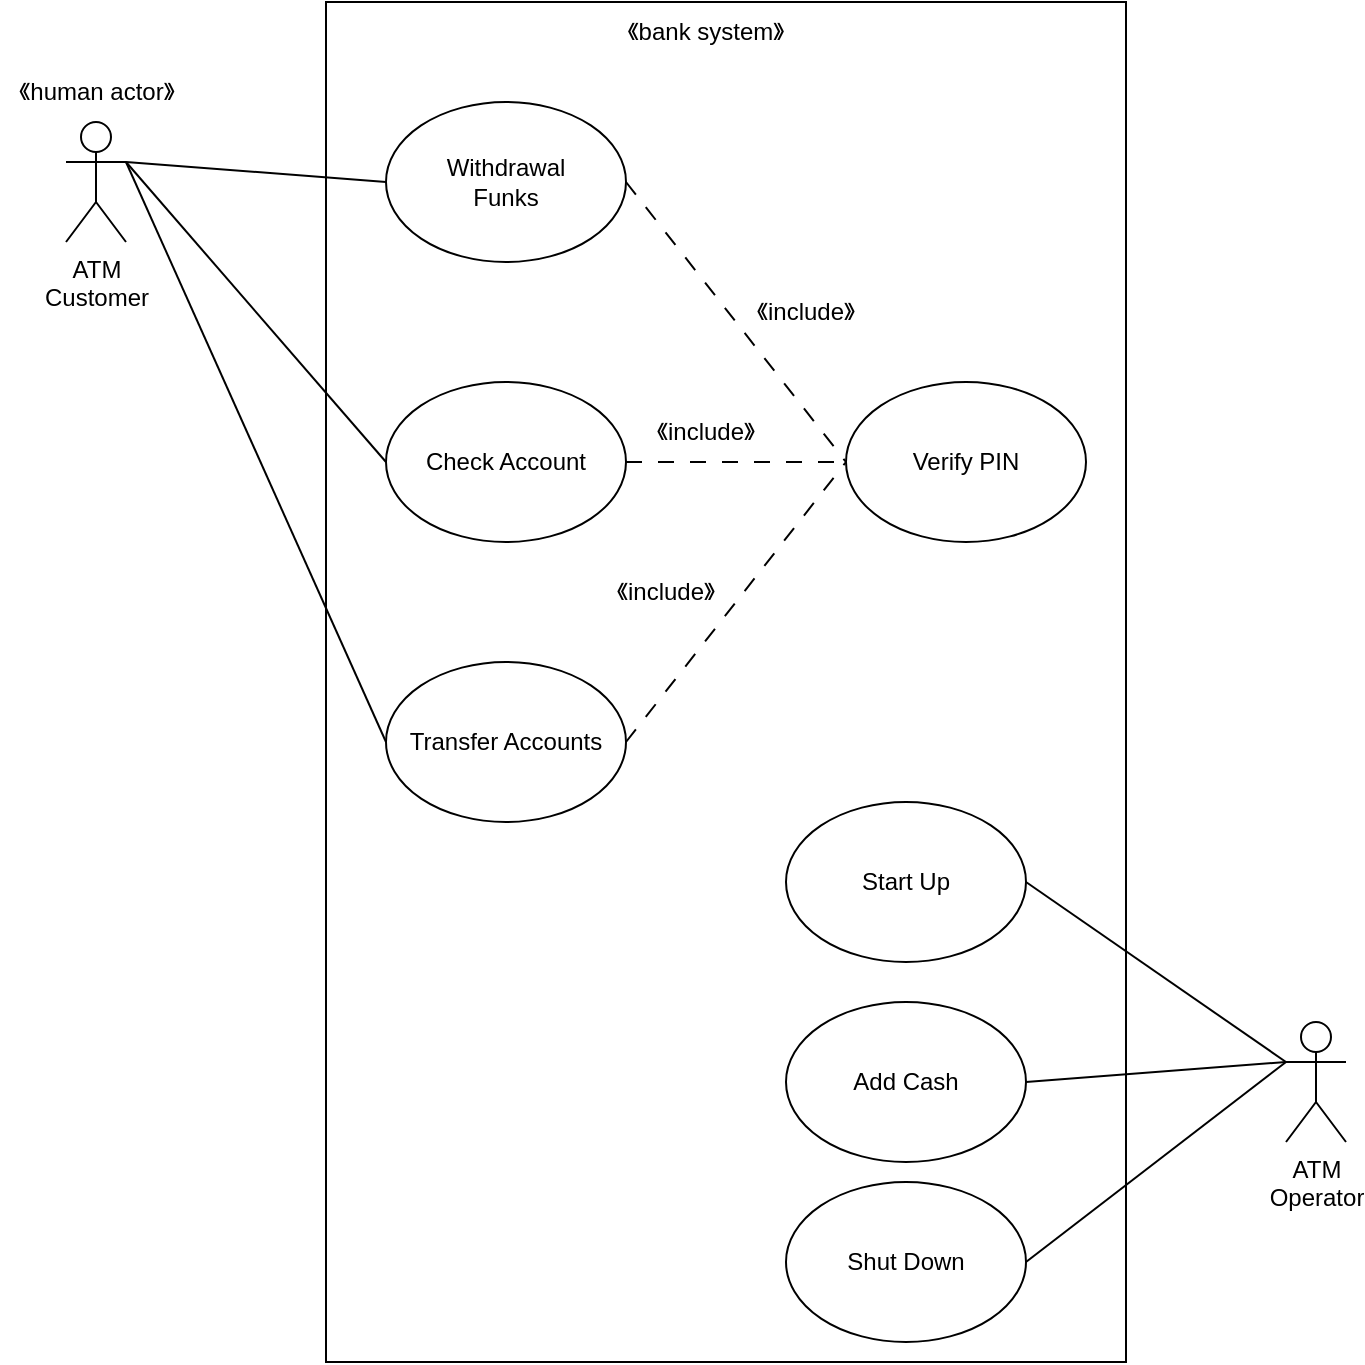
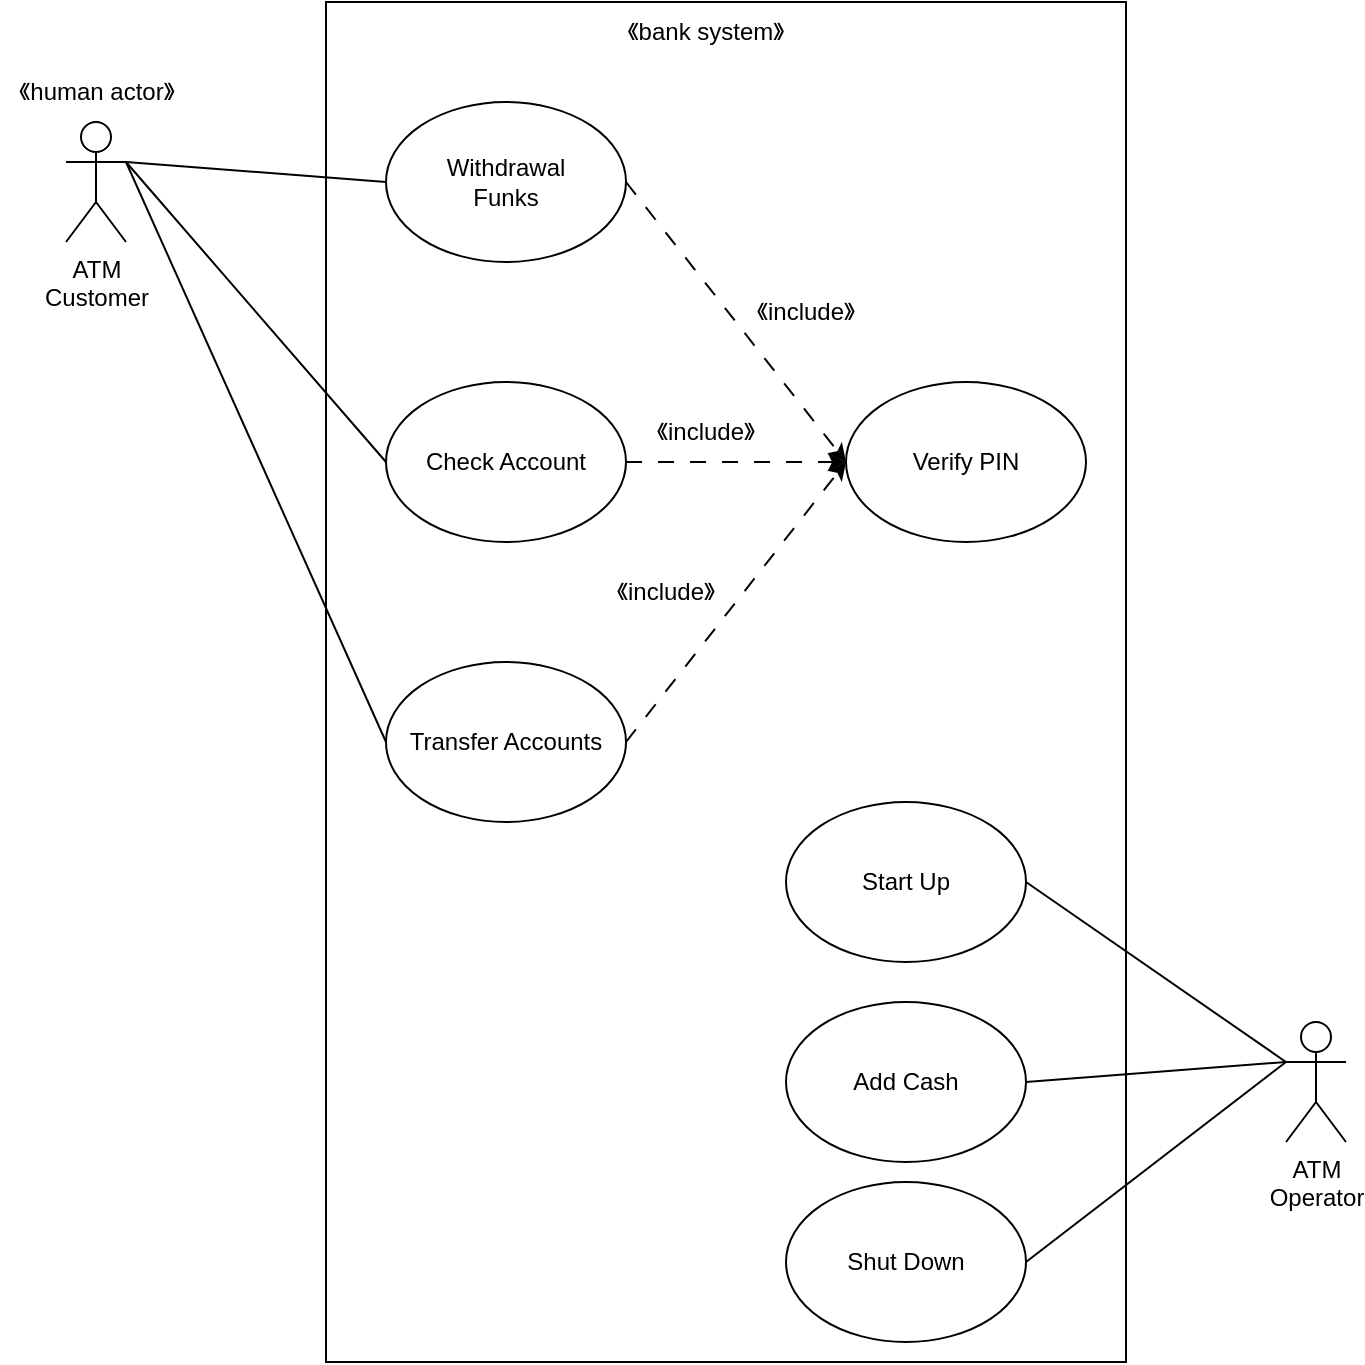
<mxfile host="app.diagrams.net">
  <diagram name="第 1 页" id="sWL5esrx0CLjNbK6FeGS">
    <mxGraphModel dx="1201" dy="679" grid="1" gridSize="10" guides="1" tooltips="1" connect="1" arrows="1" fold="1" page="1" pageScale="1" pageWidth="827" pageHeight="1169" math="0" shadow="0">
      <root>
        <mxCell id="0" />
        <mxCell id="1" parent="0" />
        <mxCell id="cSwRSX2lohy5z_f_VE7h-1" parent="1" style="shape=umlActor;verticalLabelPosition=bottom;verticalAlign=top;html=1;outlineConnect=0;" value="&lt;div&gt;ATM&lt;/div&gt;&lt;div&gt;Customer&lt;/div&gt;" vertex="1">
          <mxGeometry height="60" width="30" x="110" y="130" as="geometry" />
        </mxCell>
        <mxCell id="cSwRSX2lohy5z_f_VE7h-2" parent="1" style="text;html=1;whiteSpace=wrap;strokeColor=none;fillColor=none;align=center;verticalAlign=middle;rounded=0;" value="《human actor》" vertex="1">
          <mxGeometry height="30" width="95" x="77.5" y="100" as="geometry" />
        </mxCell>
        <mxCell id="cSwRSX2lohy5z_f_VE7h-3" parent="1" style="rounded=0;whiteSpace=wrap;html=1;" value="" vertex="1">
          <mxGeometry height="680" width="400" x="240" y="70" as="geometry" />
        </mxCell>
        <mxCell id="cSwRSX2lohy5z_f_VE7h-4" parent="1" style="text;html=1;whiteSpace=wrap;strokeColor=none;fillColor=none;align=center;verticalAlign=middle;rounded=0;" value="《bank system》" vertex="1">
          <mxGeometry height="30" width="100" x="380" y="70" as="geometry" />
        </mxCell>
-         <mxCell id="cSwRSX2lohy5z_f_VE7h-9" edge="1" parent="1" source="cSwRSX2lohy5z_f_VE7h-5" style="rounded=0;orthogonalLoop=1;jettySize=auto;html=1;exitX=1;exitY=0.5;exitDx=0;exitDy=0;entryX=0;entryY=0.5;entryDx=0;entryDy=0;endArrow=none;endFill=0;dashed=1;dashPattern=8 8;" target="cSwRSX2lohy5z_f_VE7h-8">
+         <mxCell id="cSwRSX2lohy5z_f_VE7h-9" edge="1" parent="1" source="cSwRSX2lohy5z_f_VE7h-5" style="rounded=0;orthogonalLoop=1;jettySize=auto;html=1;exitX=1;exitY=0.5;exitDx=0;exitDy=0;entryX=0;entryY=0.5;entryDx=0;entryDy=0;endArrow=classic;endFill=1;dashed=1;dashPattern=8 8;" target="cSwRSX2lohy5z_f_VE7h-8">
          <mxGeometry relative="1" as="geometry" />
        </mxCell>
        <mxCell id="cSwRSX2lohy5z_f_VE7h-17" edge="1" parent="1" source="cSwRSX2lohy5z_f_VE7h-5" style="rounded=0;orthogonalLoop=1;jettySize=auto;html=1;exitX=0;exitY=0.5;exitDx=0;exitDy=0;entryX=1;entryY=0.3333333333333333;entryDx=0;entryDy=0;entryPerimeter=0;endArrow=none;endFill=0;" target="cSwRSX2lohy5z_f_VE7h-1">
          <mxGeometry relative="1" as="geometry">
            <mxPoint x="160" y="160" as="targetPoint" />
          </mxGeometry>
        </mxCell>
        <mxCell id="cSwRSX2lohy5z_f_VE7h-5" parent="1" style="ellipse;whiteSpace=wrap;html=1;" value="Withdrawal&lt;br&gt;Funks" vertex="1">
          <mxGeometry height="80" width="120" x="270" y="120" as="geometry" />
        </mxCell>
-         <mxCell id="cSwRSX2lohy5z_f_VE7h-13" edge="1" parent="1" source="cSwRSX2lohy5z_f_VE7h-6" style="rounded=0;orthogonalLoop=1;jettySize=auto;html=1;exitX=1;exitY=0.5;exitDx=0;exitDy=0;entryX=0;entryY=0.5;entryDx=0;entryDy=0;endArrow=none;endFill=0;dashed=1;dashPattern=8 8;" target="cSwRSX2lohy5z_f_VE7h-8">
+         <mxCell id="cSwRSX2lohy5z_f_VE7h-13" edge="1" parent="1" source="cSwRSX2lohy5z_f_VE7h-6" style="rounded=0;orthogonalLoop=1;jettySize=auto;html=1;exitX=1;exitY=0.5;exitDx=0;exitDy=0;entryX=0;entryY=0.5;entryDx=0;entryDy=0;endArrow=classic;endFill=1;dashed=1;dashPattern=8 8;" target="cSwRSX2lohy5z_f_VE7h-8">
          <mxGeometry relative="1" as="geometry" />
        </mxCell>
        <mxCell id="cSwRSX2lohy5z_f_VE7h-6" parent="1" style="ellipse;whiteSpace=wrap;html=1;" value="Check Account" vertex="1">
          <mxGeometry height="80" width="120" x="270" y="260" as="geometry" />
        </mxCell>
-         <mxCell id="cSwRSX2lohy5z_f_VE7h-15" edge="1" parent="1" source="cSwRSX2lohy5z_f_VE7h-7" style="rounded=0;orthogonalLoop=1;jettySize=auto;html=1;exitX=1;exitY=0.5;exitDx=0;exitDy=0;endArrow=none;endFill=0;dashed=1;dashPattern=8 8;">
+         <mxCell id="cSwRSX2lohy5z_f_VE7h-15" edge="1" parent="1" source="cSwRSX2lohy5z_f_VE7h-7" style="rounded=0;orthogonalLoop=1;jettySize=auto;html=1;exitX=1;exitY=0.5;exitDx=0;exitDy=0;endArrow=classic;endFill=1;dashed=1;dashPattern=8 8;">
          <mxGeometry relative="1" as="geometry">
            <mxPoint x="500" y="300" as="targetPoint" />
          </mxGeometry>
        </mxCell>
        <mxCell id="cSwRSX2lohy5z_f_VE7h-7" parent="1" style="ellipse;whiteSpace=wrap;html=1;" value="Transfer Accounts" vertex="1">
          <mxGeometry height="80" width="120" x="270" y="400" as="geometry" />
        </mxCell>
        <mxCell id="cSwRSX2lohy5z_f_VE7h-8" parent="1" style="ellipse;whiteSpace=wrap;html=1;" value="Verify PIN" vertex="1">
          <mxGeometry height="80" width="120" x="500" y="260" as="geometry" />
        </mxCell>
        <mxCell id="cSwRSX2lohy5z_f_VE7h-10" parent="1" style="text;html=1;whiteSpace=wrap;strokeColor=none;fillColor=none;align=center;verticalAlign=middle;rounded=0;" value="《include》" vertex="1">
          <mxGeometry height="30" width="60" x="450" y="210" as="geometry" />
        </mxCell>
        <mxCell id="cSwRSX2lohy5z_f_VE7h-14" parent="1" style="text;html=1;whiteSpace=wrap;strokeColor=none;fillColor=none;align=center;verticalAlign=middle;rounded=0;" value="《include》" vertex="1">
          <mxGeometry height="30" width="60" x="400" y="270" as="geometry" />
        </mxCell>
        <mxCell id="cSwRSX2lohy5z_f_VE7h-16" parent="1" style="text;html=1;whiteSpace=wrap;strokeColor=none;fillColor=none;align=center;verticalAlign=middle;rounded=0;" value="《include》" vertex="1">
          <mxGeometry height="30" width="60" x="380" y="350" as="geometry" />
        </mxCell>
        <mxCell id="cSwRSX2lohy5z_f_VE7h-18" edge="1" parent="1" source="cSwRSX2lohy5z_f_VE7h-6" style="rounded=0;orthogonalLoop=1;jettySize=auto;html=1;exitX=0;exitY=0.5;exitDx=0;exitDy=0;entryX=1;entryY=0.3333333333333333;entryDx=0;entryDy=0;entryPerimeter=0;endArrow=none;endFill=0;" target="cSwRSX2lohy5z_f_VE7h-1">
          <mxGeometry relative="1" as="geometry" />
        </mxCell>
        <mxCell id="cSwRSX2lohy5z_f_VE7h-19" edge="1" parent="1" source="cSwRSX2lohy5z_f_VE7h-7" style="rounded=0;orthogonalLoop=1;jettySize=auto;html=1;exitX=0;exitY=0.5;exitDx=0;exitDy=0;entryX=1;entryY=0.3333333333333333;entryDx=0;entryDy=0;entryPerimeter=0;endArrow=none;endFill=0;" target="cSwRSX2lohy5z_f_VE7h-1">
          <mxGeometry relative="1" as="geometry" />
        </mxCell>
        <mxCell id="cSwRSX2lohy5z_f_VE7h-20" parent="1" style="ellipse;whiteSpace=wrap;html=1;" value="Start Up" vertex="1">
          <mxGeometry height="80" width="120" x="470" y="470" as="geometry" />
        </mxCell>
        <mxCell id="cSwRSX2lohy5z_f_VE7h-26" edge="1" parent="1" source="cSwRSX2lohy5z_f_VE7h-21" style="rounded=0;orthogonalLoop=1;jettySize=auto;html=1;exitX=1;exitY=0.5;exitDx=0;exitDy=0;endArrow=none;endFill=0;">
          <mxGeometry relative="1" as="geometry">
            <mxPoint x="720" y="600" as="targetPoint" />
          </mxGeometry>
        </mxCell>
        <mxCell id="cSwRSX2lohy5z_f_VE7h-21" parent="1" style="ellipse;whiteSpace=wrap;html=1;" value="Add Cash" vertex="1">
          <mxGeometry height="80" width="120" x="470" y="570" as="geometry" />
        </mxCell>
        <mxCell id="cSwRSX2lohy5z_f_VE7h-27" edge="1" parent="1" source="cSwRSX2lohy5z_f_VE7h-22" style="rounded=0;orthogonalLoop=1;jettySize=auto;html=1;exitX=1;exitY=0.5;exitDx=0;exitDy=0;endArrow=none;endFill=0;">
          <mxGeometry relative="1" as="geometry">
            <mxPoint x="720" y="600" as="targetPoint" />
          </mxGeometry>
        </mxCell>
        <mxCell id="cSwRSX2lohy5z_f_VE7h-22" parent="1" style="ellipse;whiteSpace=wrap;html=1;" value="Shut Down" vertex="1">
          <mxGeometry height="80" width="120" x="470" y="660" as="geometry" />
        </mxCell>
        <mxCell id="cSwRSX2lohy5z_f_VE7h-23" parent="1" style="shape=umlActor;verticalLabelPosition=bottom;verticalAlign=top;html=1;outlineConnect=0;" value="&lt;div&gt;ATM&lt;/div&gt;&lt;div&gt;Operator&lt;/div&gt;" vertex="1">
          <mxGeometry height="60" width="30" x="720" y="580" as="geometry" />
        </mxCell>
        <mxCell id="cSwRSX2lohy5z_f_VE7h-24" edge="1" parent="1" source="cSwRSX2lohy5z_f_VE7h-20" style="rounded=0;orthogonalLoop=1;jettySize=auto;html=1;exitX=1;exitY=0.5;exitDx=0;exitDy=0;entryX=0;entryY=0.3333333333333333;entryDx=0;entryDy=0;entryPerimeter=0;endArrow=none;endFill=0;" target="cSwRSX2lohy5z_f_VE7h-23">
          <mxGeometry relative="1" as="geometry" />
        </mxCell>
      </root>
    </mxGraphModel>
  </diagram>
</mxfile>
